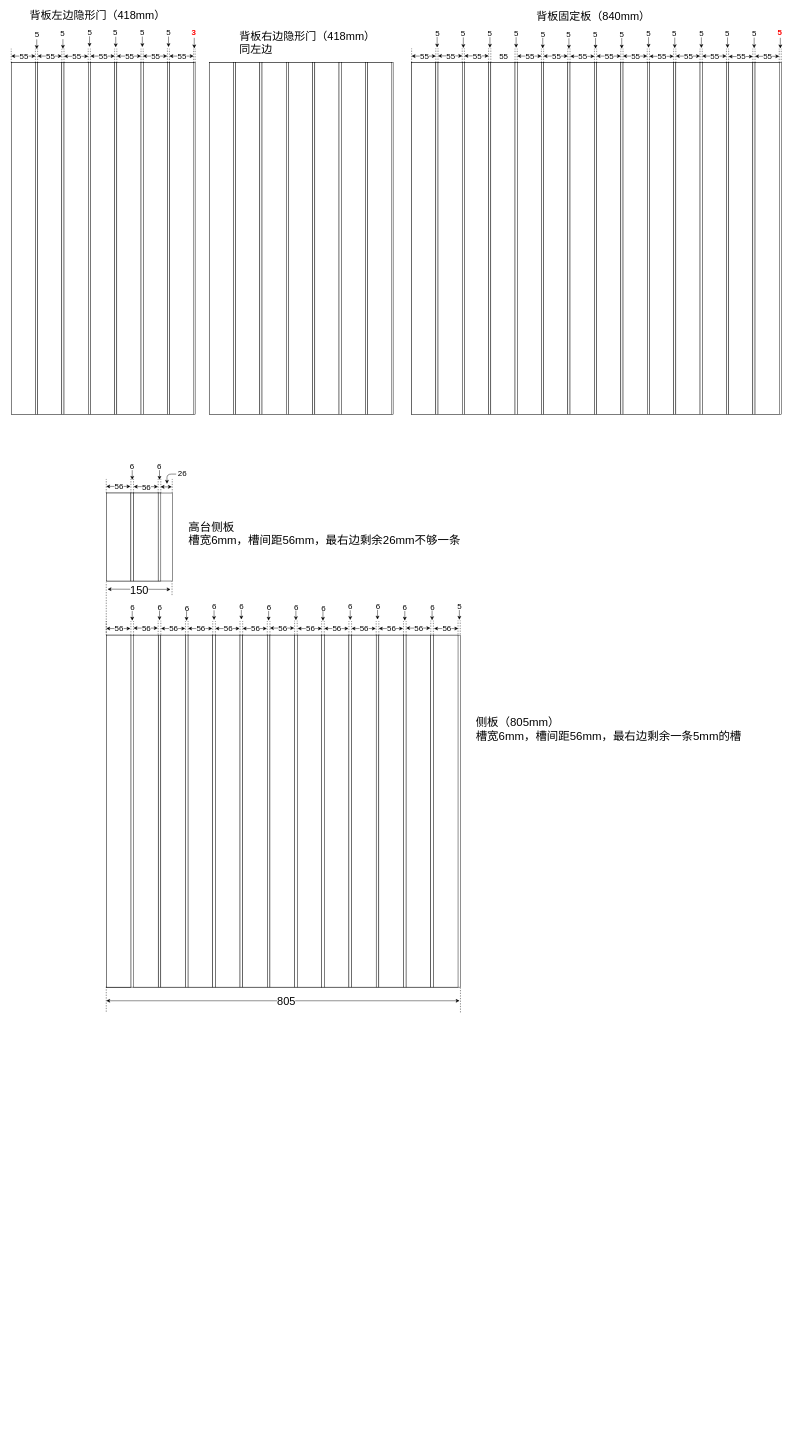
Earlier version of the draw.io diagram result/bar.drawio (Soffiaa/getTitles). Source tidied: cells renumbered, new cells numbered last; positions are measured from the earlier drawing's top-left corner, leaving out a move shared by most shapes. Both pictures are drawn from the tidied source at 44%, with x=0, y=0 at pixel (11, 7).
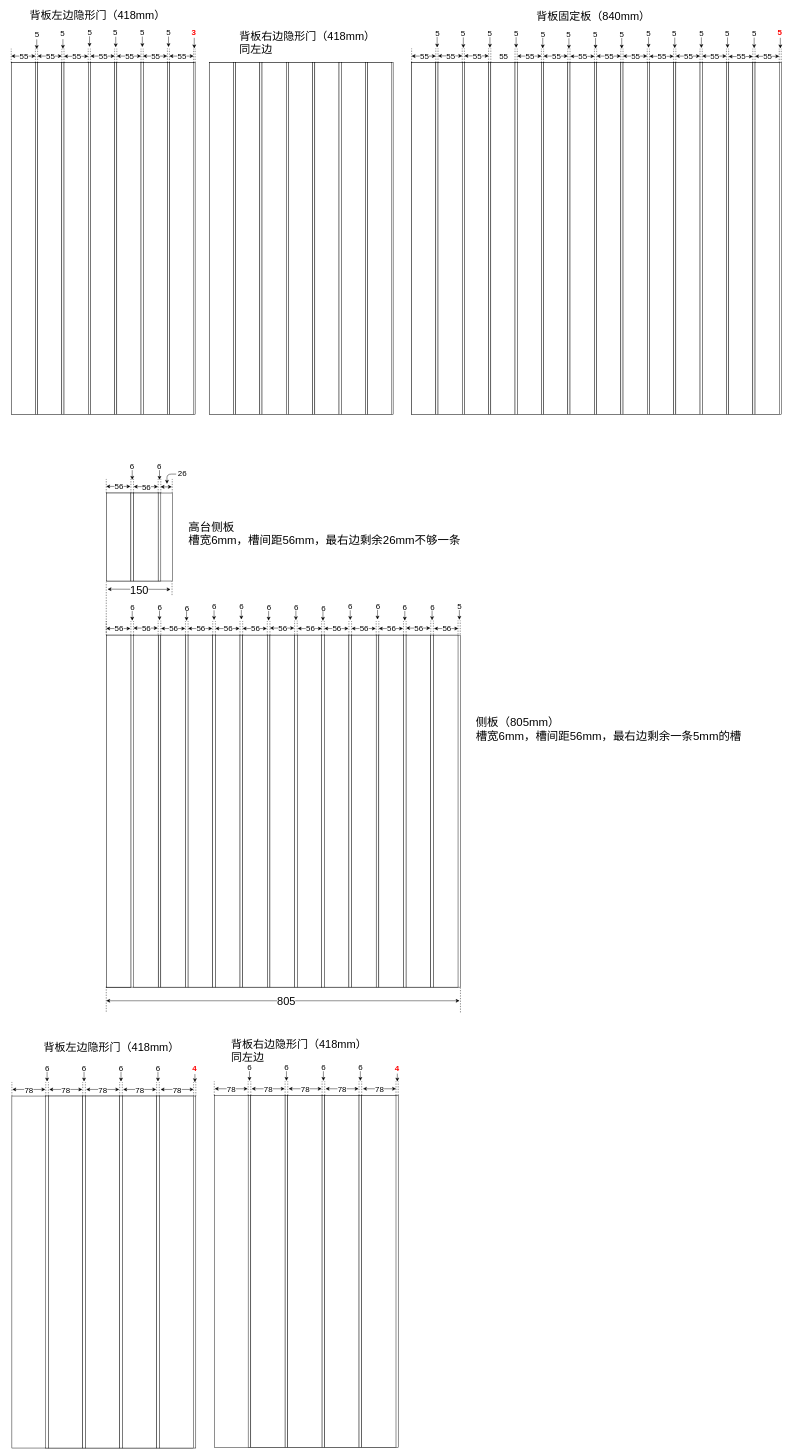
After the change.

Diff of the diagram source:
```diff
@@
+    <mxCell id="330" style="group;" parent="1" vertex="1">
+      <mxGeometry x="1.5" y="2398.5" width="428.5" height="876" as="geometry" />
+    </mxCell>
+    <mxCell id="331" style="rounded=0;whiteSpace=wrap;html=1;fontSize=18;fontColor=#FF0000;" parent="330" vertex="1">
+      <mxGeometry y="76" width="418" height="800" as="geometry" />
+    </mxCell>
+    <mxCell id="332" style="rounded=0;whiteSpace=wrap;html=1;fontSize=18;fontColor=#FF0000;" parent="330" vertex="1">
+      <mxGeometry x="77" y="76" width="6" height="800" as="geometry" />
+    </mxCell>
+    <mxCell id="333" style="rounded=0;whiteSpace=wrap;html=1;fontSize=18;fontColor=#FF0000;" parent="330" vertex="1">
+      <mxGeometry x="83" y="76" width="78" height="800" as="geometry" />
+    </mxCell>
+    <mxCell id="334" style="rounded=0;whiteSpace=wrap;html=1;fontSize=18;fontColor=#FF0000;" parent="330" vertex="1">
+      <mxGeometry x="161" y="76" width="6" height="800" as="geometry" />
+    </mxCell>
+    <mxCell id="335" style="rounded=0;whiteSpace=wrap;html=1;fontSize=18;fontColor=#FF0000;" parent="330" vertex="1">
+      <mxGeometry x="167" y="76" width="78" height="800" as="geometry" />
+    </mxCell>
+    <mxCell id="336" style="rounded=0;whiteSpace=wrap;html=1;fontSize=18;fontColor=#FF0000;" parent="330" vertex="1">
+      <mxGeometry x="245" y="76" width="6" height="800" as="geometry" />
+    </mxCell>
+    <mxCell id="337" style="rounded=0;whiteSpace=wrap;html=1;fontSize=18;fontColor=#FF0000;" parent="330" vertex="1">
+      <mxGeometry x="251" y="76" width="78" height="800" as="geometry" />
+    </mxCell>
+    <mxCell id="338" style="rounded=0;whiteSpace=wrap;html=1;fontSize=18;fontColor=#FF0000;" parent="330" vertex="1">
+      <mxGeometry x="329" y="76" width="6" height="800" as="geometry" />
+    </mxCell>
+    <mxCell id="339" style="rounded=0;whiteSpace=wrap;html=1;fontSize=18;fontColor=#FF0000;" parent="330" vertex="1">
+      <mxGeometry x="335" y="76" width="78" height="800" as="geometry" />
+    </mxCell>
+    <mxCell id="340" style="endArrow=none;dashed=1;html=1;fontSize=25;" parent="330" edge="1">
+      <mxGeometry relative="1" as="geometry">
+        <mxPoint y="76" as="sourcePoint" />
+        <mxPoint y="44" as="targetPoint" />
+      </mxGeometry>
+    </mxCell>
+    <mxCell id="341" style="endArrow=none;dashed=1;html=1;fontSize=25;" parent="330" edge="1">
+      <mxGeometry relative="1" as="geometry">
+        <mxPoint x="77" y="76" as="sourcePoint" />
+        <mxPoint x="77" y="44" as="targetPoint" />
+      </mxGeometry>
+    </mxCell>
+    <mxCell id="342" style="endArrow=none;dashed=1;html=1;fontSize=25;" parent="330" edge="1">
+      <mxGeometry relative="1" as="geometry">
+        <mxPoint x="83" y="76" as="sourcePoint" />
+        <mxPoint x="83" y="44" as="targetPoint" />
+      </mxGeometry>
+    </mxCell>
+    <mxCell id="343" style="endArrow=classic;startArrow=classic;html=1;fontSize=25;" parent="330" edge="1">
+      <mxGeometry relative="1" as="geometry">
+        <mxPoint x="1" y="61" as="sourcePoint" />
+        <mxPoint x="76" y="61" as="targetPoint" />
+      </mxGeometry>
+    </mxCell>
+    <mxCell id="344" value="78" style="text;html=1;align=center;verticalAlign=middle;labelBackgroundColor=#ffffff;fontSize=18;" parent="343" vertex="1">
+      <mxGeometry x="-0.1" y="-3" relative="1" as="geometry">
+        <mxPoint x="3" y="-2.5" as="offset" />
+      </mxGeometry>
+    </mxCell>
+    <mxCell id="345" style="endArrow=classic;html=1;fontSize=12;" parent="330" edge="1">
+      <mxGeometry relative="1" as="geometry">
+        <mxPoint x="80" y="21" as="sourcePoint" />
+        <mxPoint x="80" y="43" as="targetPoint" />
+        <Array as="points">
+          <mxPoint x="80" y="21" />
+        </Array>
+      </mxGeometry>
+    </mxCell>
+    <mxCell id="346" value="6" style="text;html=1;align=left;verticalAlign=top;spacingTop=-4;fontSize=18;" parent="330" vertex="1">
+      <mxGeometry x="73.5" width="16" height="14" as="geometry" />
+    </mxCell>
+    <mxCell id="347" style="endArrow=none;dashed=1;html=1;fontSize=25;" parent="330" edge="1">
+      <mxGeometry relative="1" as="geometry">
+        <mxPoint x="161" y="76" as="sourcePoint" />
+        <mxPoint x="161" y="44" as="targetPoint" />
+      </mxGeometry>
+    </mxCell>
+    <mxCell id="348" style="endArrow=none;dashed=1;html=1;fontSize=25;" parent="330" edge="1">
+      <mxGeometry relative="1" as="geometry">
+        <mxPoint x="167" y="76" as="sourcePoint" />
+        <mxPoint x="167" y="44" as="targetPoint" />
+      </mxGeometry>
+    </mxCell>
+    <mxCell id="349" style="endArrow=classic;startArrow=classic;html=1;fontSize=25;" parent="330" edge="1">
+      <mxGeometry relative="1" as="geometry">
+        <mxPoint x="85" y="61" as="sourcePoint" />
+        <mxPoint x="160" y="61" as="targetPoint" />
+      </mxGeometry>
+    </mxCell>
+    <mxCell id="350" value="78" style="text;html=1;align=center;verticalAlign=middle;labelBackgroundColor=#ffffff;fontSize=18;" parent="349" vertex="1">
+      <mxGeometry x="-0.1" y="-3" relative="1" as="geometry">
+        <mxPoint x="3" y="-2.5" as="offset" />
+      </mxGeometry>
+    </mxCell>
+    <mxCell id="351" style="endArrow=classic;html=1;fontSize=12;" parent="330" edge="1">
+      <mxGeometry relative="1" as="geometry">
+        <mxPoint x="164" y="21" as="sourcePoint" />
+        <mxPoint x="164" y="43" as="targetPoint" />
+        <Array as="points">
+          <mxPoint x="164" y="21" />
+        </Array>
+      </mxGeometry>
+    </mxCell>
+    <mxCell id="352" value="6" style="text;html=1;align=left;verticalAlign=top;spacingTop=-4;fontSize=18;" parent="330" vertex="1">
+      <mxGeometry x="157.5" width="16" height="14" as="geometry" />
+    </mxCell>
+    <mxCell id="353" style="endArrow=none;dashed=1;html=1;fontSize=25;" parent="330" edge="1">
+      <mxGeometry relative="1" as="geometry">
+        <mxPoint x="245" y="76" as="sourcePoint" />
+        <mxPoint x="245" y="44" as="targetPoint" />
+      </mxGeometry>
+    </mxCell>
+    <mxCell id="354" style="endArrow=none;dashed=1;html=1;fontSize=25;" parent="330" edge="1">
+      <mxGeometry relative="1" as="geometry">
+        <mxPoint x="251" y="76" as="sourcePoint" />
+        <mxPoint x="251" y="44" as="targetPoint" />
+      </mxGeometry>
+    </mxCell>
+    <mxCell id="355" style="endArrow=classic;html=1;fontSize=12;" parent="330" edge="1">
+      <mxGeometry relative="1" as="geometry">
+        <mxPoint x="248" y="21" as="sourcePoint" />
+        <mxPoint x="248" y="43" as="targetPoint" />
+        <Array as="points">
+          <mxPoint x="248" y="21" />
+        </Array>
+      </mxGeometry>
+    </mxCell>
+    <mxCell id="356" value="6" style="text;html=1;align=left;verticalAlign=top;spacingTop=-4;fontSize=18;" parent="330" vertex="1">
+      <mxGeometry x="241.5" width="16" height="14" as="geometry" />
+    </mxCell>
+    <mxCell id="357" style="endArrow=none;dashed=1;html=1;fontSize=25;" parent="330" edge="1">
+      <mxGeometry relative="1" as="geometry">
+        <mxPoint x="329" y="76" as="sourcePoint" />
+        <mxPoint x="329" y="44" as="targetPoint" />
+      </mxGeometry>
+    </mxCell>
+    <mxCell id="358" style="endArrow=none;dashed=1;html=1;fontSize=25;" parent="330" edge="1">
+      <mxGeometry relative="1" as="geometry">
+        <mxPoint x="335" y="76" as="sourcePoint" />
+        <mxPoint x="335" y="44" as="targetPoint" />
+      </mxGeometry>
+    </mxCell>
+    <mxCell id="359" style="endArrow=classic;startArrow=classic;html=1;fontSize=25;" parent="330" edge="1">
+      <mxGeometry relative="1" as="geometry">
+        <mxPoint x="253" y="61" as="sourcePoint" />
+        <mxPoint x="328" y="61" as="targetPoint" />
+      </mxGeometry>
+    </mxCell>
+    <mxCell id="360" value="78" style="text;html=1;align=center;verticalAlign=middle;labelBackgroundColor=#ffffff;fontSize=18;" parent="359" vertex="1">
+      <mxGeometry x="-0.1" y="-3" relative="1" as="geometry">
+        <mxPoint x="3" y="-2.5" as="offset" />
+      </mxGeometry>
+    </mxCell>
+    <mxCell id="361" style="endArrow=classic;html=1;fontSize=12;" parent="330" edge="1">
+      <mxGeometry relative="1" as="geometry">
+        <mxPoint x="332" y="21" as="sourcePoint" />
+        <mxPoint x="332" y="43" as="targetPoint" />
+        <Array as="points">
+          <mxPoint x="332" y="21" />
+        </Array>
+      </mxGeometry>
+    </mxCell>
+    <mxCell id="362" value="6" style="text;html=1;align=left;verticalAlign=top;spacingTop=-4;fontSize=18;" parent="330" vertex="1">
+      <mxGeometry x="325.5" width="16" height="14" as="geometry" />
+    </mxCell>
+    <mxCell id="363" style="endArrow=classic;startArrow=classic;html=1;fontSize=25;" parent="330" edge="1">
+      <mxGeometry relative="1" as="geometry">
+        <mxPoint x="169" y="61" as="sourcePoint" />
+        <mxPoint x="244" y="61" as="targetPoint" />
+      </mxGeometry>
+    </mxCell>
+    <mxCell id="364" value="78" style="text;html=1;align=center;verticalAlign=middle;labelBackgroundColor=#ffffff;fontSize=18;" parent="363" vertex="1">
+      <mxGeometry x="-0.1" y="-3" relative="1" as="geometry">
+        <mxPoint x="3" y="-2.5" as="offset" />
+      </mxGeometry>
+    </mxCell>
+    <mxCell id="365" style="endArrow=none;dashed=1;html=1;fontSize=25;" parent="330" edge="1">
+      <mxGeometry relative="1" as="geometry">
+        <mxPoint x="418" y="76" as="sourcePoint" />
+        <mxPoint x="418" y="44" as="targetPoint" />
+      </mxGeometry>
+    </mxCell>
+    <mxCell id="366" style="endArrow=none;dashed=1;html=1;fontSize=25;" parent="330" edge="1">
+      <mxGeometry relative="1" as="geometry">
+        <mxPoint x="413" y="76" as="sourcePoint" />
+        <mxPoint x="413" y="44" as="targetPoint" />
+      </mxGeometry>
+    </mxCell>
+    <mxCell id="367" style="endArrow=classic;html=1;fontSize=12;" parent="330" edge="1">
+      <mxGeometry relative="1" as="geometry">
+        <mxPoint x="416" y="22.5" as="sourcePoint" />
+        <mxPoint x="416" y="44.5" as="targetPoint" />
+        <Array as="points">
+          <mxPoint x="416" y="22.5" />
+        </Array>
+      </mxGeometry>
+    </mxCell>
+    <mxCell id="368" value="4" style="text;html=1;align=left;verticalAlign=top;spacingTop=-4;fontSize=18;fontStyle=1;labelBackgroundColor=#ffffff;fontColor=#FF0000;" parent="330" vertex="1">
+      <mxGeometry x="408.5" y="1.5" width="20" height="22" as="geometry" />
+    </mxCell>
+    <mxCell id="369" style="endArrow=classic;startArrow=classic;html=1;fontSize=25;" parent="330" edge="1">
+      <mxGeometry relative="1" as="geometry">
+        <mxPoint x="338" y="61" as="sourcePoint" />
+        <mxPoint x="413" y="61" as="targetPoint" />
+      </mxGeometry>
+    </mxCell>
+    <mxCell id="370" value="78" style="text;html=1;align=center;verticalAlign=middle;labelBackgroundColor=#ffffff;fontSize=18;" parent="369" vertex="1">
+      <mxGeometry x="-0.1" y="-3" relative="1" as="geometry">
+        <mxPoint x="3" y="-2.5" as="offset" />
+      </mxGeometry>
+    </mxCell>
+    <mxCell id="371" style="group;" parent="1" vertex="1">
+      <mxGeometry x="461.5" y="2397" width="428.5" height="876" as="geometry" />
+    </mxCell>
+    <mxCell id="372" style="rounded=0;whiteSpace=wrap;html=1;fontSize=18;fontColor=#FF0000;" parent="371" vertex="1">
+      <mxGeometry y="76" width="418" height="800" as="geometry" />
+    </mxCell>
+    <mxCell id="373" style="rounded=0;whiteSpace=wrap;html=1;fontSize=18;fontColor=#FF0000;" parent="371" vertex="1">
+      <mxGeometry x="77" y="76" width="6" height="800" as="geometry" />
+    </mxCell>
+    <mxCell id="374" style="rounded=0;whiteSpace=wrap;html=1;fontSize=18;fontColor=#FF0000;" parent="371" vertex="1">
+      <mxGeometry x="83" y="76" width="78" height="800" as="geometry" />
+    </mxCell>
+    <mxCell id="375" style="rounded=0;whiteSpace=wrap;html=1;fontSize=18;fontColor=#FF0000;" parent="371" vertex="1">
+      <mxGeometry x="161" y="76" width="6" height="800" as="geometry" />
+    </mxCell>
+    <mxCell id="376" style="rounded=0;whiteSpace=wrap;html=1;fontSize=18;fontColor=#FF0000;" parent="371" vertex="1">
+      <mxGeometry x="167" y="76" width="78" height="800" as="geometry" />
+    </mxCell>
+    <mxCell id="377" style="rounded=0;whiteSpace=wrap;html=1;fontSize=18;fontColor=#FF0000;" parent="371" vertex="1">
+      <mxGeometry x="245" y="76" width="6" height="800" as="geometry" />
+    </mxCell>
+    <mxCell id="378" style="rounded=0;whiteSpace=wrap;html=1;fontSize=18;fontColor=#FF0000;" parent="371" vertex="1">
+      <mxGeometry x="251" y="76" width="78" height="800" as="geometry" />
+    </mxCell>
+    <mxCell id="379" style="rounded=0;whiteSpace=wrap;html=1;fontSize=18;fontColor=#FF0000;" parent="371" vertex="1">
+      <mxGeometry x="329" y="76" width="6" height="800" as="geometry" />
+    </mxCell>
+    <mxCell id="380" style="rounded=0;whiteSpace=wrap;html=1;fontSize=18;fontColor=#FF0000;" parent="371" vertex="1">
+      <mxGeometry x="335" y="76" width="78" height="800" as="geometry" />
+    </mxCell>
+    <mxCell id="381" style="endArrow=none;dashed=1;html=1;fontSize=25;" parent="371" edge="1">
+      <mxGeometry relative="1" as="geometry">
+        <mxPoint y="76" as="sourcePoint" />
+        <mxPoint y="44" as="targetPoint" />
+      </mxGeometry>
+    </mxCell>
+    <mxCell id="382" style="endArrow=none;dashed=1;html=1;fontSize=25;" parent="371" edge="1">
+      <mxGeometry relative="1" as="geometry">
+        <mxPoint x="77" y="76" as="sourcePoint" />
+        <mxPoint x="77" y="44" as="targetPoint" />
+      </mxGeometry>
+    </mxCell>
+    <mxCell id="383" style="endArrow=none;dashed=1;html=1;fontSize=25;" parent="371" edge="1">
+      <mxGeometry relative="1" as="geometry">
+        <mxPoint x="83" y="76" as="sourcePoint" />
+        <mxPoint x="83" y="44" as="targetPoint" />
+      </mxGeometry>
+    </mxCell>
+    <mxCell id="384" style="endArrow=classic;startArrow=classic;html=1;fontSize=25;" parent="371" edge="1">
+      <mxGeometry relative="1" as="geometry">
+        <mxPoint x="1" y="61" as="sourcePoint" />
+        <mxPoint x="76" y="61" as="targetPoint" />
+      </mxGeometry>
+    </mxCell>
+    <mxCell id="385" value="78" style="text;html=1;align=center;verticalAlign=middle;labelBackgroundColor=#ffffff;fontSize=18;" parent="384" vertex="1">
+      <mxGeometry x="-0.1" y="-3" relative="1" as="geometry">
+        <mxPoint x="3" y="-2.5" as="offset" />
+      </mxGeometry>
+    </mxCell>
+    <mxCell id="386" style="endArrow=classic;html=1;fontSize=12;" parent="371" edge="1">
+      <mxGeometry relative="1" as="geometry">
+        <mxPoint x="80" y="21" as="sourcePoint" />
+        <mxPoint x="80" y="43" as="targetPoint" />
+        <Array as="points">
+          <mxPoint x="80" y="21" />
+        </Array>
+      </mxGeometry>
+    </mxCell>
+    <mxCell id="387" value="6" style="text;html=1;align=left;verticalAlign=top;spacingTop=-4;fontSize=18;" parent="371" vertex="1">
+      <mxGeometry x="73.5" width="16" height="14" as="geometry" />
+    </mxCell>
+    <mxCell id="388" style="endArrow=none;dashed=1;html=1;fontSize=25;" parent="371" edge="1">
+      <mxGeometry relative="1" as="geometry">
+        <mxPoint x="161" y="76" as="sourcePoint" />
+        <mxPoint x="161" y="44" as="targetPoint" />
+      </mxGeometry>
+    </mxCell>
+    <mxCell id="389" style="endArrow=none;dashed=1;html=1;fontSize=25;" parent="371" edge="1">
+      <mxGeometry relative="1" as="geometry">
+        <mxPoint x="167" y="76" as="sourcePoint" />
+        <mxPoint x="167" y="44" as="targetPoint" />
+      </mxGeometry>
+    </mxCell>
+    <mxCell id="390" style="endArrow=classic;startArrow=classic;html=1;fontSize=25;" parent="371" edge="1">
+      <mxGeometry relative="1" as="geometry">
+        <mxPoint x="85" y="61" as="sourcePoint" />
+        <mxPoint x="160" y="61" as="targetPoint" />
+      </mxGeometry>
+    </mxCell>
+    <mxCell id="391" value="78" style="text;html=1;align=center;verticalAlign=middle;labelBackgroundColor=#ffffff;fontSize=18;" parent="390" vertex="1">
+      <mxGeometry x="-0.1" y="-3" relative="1" as="geometry">
+        <mxPoint x="3" y="-2.5" as="offset" />
+      </mxGeometry>
+    </mxCell>
+    <mxCell id="392" style="endArrow=classic;html=1;fontSize=12;" parent="371" edge="1">
+      <mxGeometry relative="1" as="geometry">
+        <mxPoint x="164" y="21" as="sourcePoint" />
+        <mxPoint x="164" y="43" as="targetPoint" />
+        <Array as="points">
+          <mxPoint x="164" y="21" />
+        </Array>
+      </mxGeometry>
+    </mxCell>
+    <mxCell id="393" value="6" style="text;html=1;align=left;verticalAlign=top;spacingTop=-4;fontSize=18;" parent="371" vertex="1">
+      <mxGeometry x="157.5" width="16" height="14" as="geometry" />
+    </mxCell>
+    <mxCell id="394" style="endArrow=none;dashed=1;html=1;fontSize=25;" parent="371" edge="1">
+      <mxGeometry relative="1" as="geometry">
+        <mxPoint x="245" y="76" as="sourcePoint" />
+        <mxPoint x="245" y="44" as="targetPoint" />
+      </mxGeometry>
+    </mxCell>
+    <mxCell id="395" style="endArrow=none;dashed=1;html=1;fontSize=25;" parent="371" edge="1">
+      <mxGeometry relative="1" as="geometry">
+        <mxPoint x="251" y="76" as="sourcePoint" />
+        <mxPoint x="251" y="44" as="targetPoint" />
+      </mxGeometry>
+    </mxCell>
+    <mxCell id="396" style="endArrow=classic;html=1;fontSize=12;" parent="371" edge="1">
+      <mxGeometry relative="1" as="geometry">
+        <mxPoint x="248" y="21" as="sourcePoint" />
+        <mxPoint x="248" y="43" as="targetPoint" />
+        <Array as="points">
+          <mxPoint x="248" y="21" />
+        </Array>
+      </mxGeometry>
+    </mxCell>
+    <mxCell id="397" value="6" style="text;html=1;align=left;verticalAlign=top;spacingTop=-4;fontSize=18;" parent="371" vertex="1">
+      <mxGeometry x="241.5" width="16" height="14" as="geometry" />
+    </mxCell>
+    <mxCell id="398" style="endArrow=none;dashed=1;html=1;fontSize=25;" parent="371" edge="1">
+      <mxGeometry relative="1" as="geometry">
+        <mxPoint x="329" y="76" as="sourcePoint" />
+        <mxPoint x="329" y="44" as="targetPoint" />
+      </mxGeometry>
+    </mxCell>
+    <mxCell id="399" style="endArrow=none;dashed=1;html=1;fontSize=25;" parent="371" edge="1">
+      <mxGeometry relative="1" as="geometry">
+        <mxPoint x="335" y="76" as="sourcePoint" />
+        <mxPoint x="335" y="44" as="targetPoint" />
+      </mxGeometry>
+    </mxCell>
+    <mxCell id="400" style="endArrow=classic;startArrow=classic;html=1;fontSize=25;" parent="371" edge="1">
+      <mxGeometry relative="1" as="geometry">
+        <mxPoint x="253" y="61" as="sourcePoint" />
+        <mxPoint x="328" y="61" as="targetPoint" />
+      </mxGeometry>
+    </mxCell>
+    <mxCell id="401" value="78" style="text;html=1;align=center;verticalAlign=middle;labelBackgroundColor=#ffffff;fontSize=18;" parent="400" vertex="1">
+      <mxGeometry x="-0.1" y="-3" relative="1" as="geometry">
+        <mxPoint x="3" y="-2.5" as="offset" />
+      </mxGeometry>
+    </mxCell>
+    <mxCell id="402" style="endArrow=classic;html=1;fontSize=12;" parent="371" edge="1">
+      <mxGeometry relative="1" as="geometry">
+        <mxPoint x="332" y="21" as="sourcePoint" />
+        <mxPoint x="332" y="43" as="targetPoint" />
+        <Array as="points">
+          <mxPoint x="332" y="21" />
+        </Array>
+      </mxGeometry>
+    </mxCell>
+    <mxCell id="403" value="6" style="text;html=1;align=left;verticalAlign=top;spacingTop=-4;fontSize=18;" parent="371" vertex="1">
+      <mxGeometry x="325.5" width="16" height="14" as="geometry" />
+    </mxCell>
+    <mxCell id="404" style="endArrow=classic;startArrow=classic;html=1;fontSize=25;" parent="371" edge="1">
+      <mxGeometry relative="1" as="geometry">
+        <mxPoint x="169" y="61" as="sourcePoint" />
+        <mxPoint x="244" y="61" as="targetPoint" />
+      </mxGeometry>
+    </mxCell>
+    <mxCell id="405" value="78" style="text;html=1;align=center;verticalAlign=middle;labelBackgroundColor=#ffffff;fontSize=18;" parent="404" vertex="1">
+      <mxGeometry x="-0.1" y="-3" relative="1" as="geometry">
+        <mxPoint x="3" y="-2.5" as="offset" />
+      </mxGeometry>
+    </mxCell>
+    <mxCell id="406" style="endArrow=none;dashed=1;html=1;fontSize=25;" parent="371" edge="1">
+      <mxGeometry relative="1" as="geometry">
+        <mxPoint x="418" y="76" as="sourcePoint" />
+        <mxPoint x="418" y="44" as="targetPoint" />
+      </mxGeometry>
+    </mxCell>
+    <mxCell id="407" style="endArrow=none;dashed=1;html=1;fontSize=25;" parent="371" edge="1">
+      <mxGeometry relative="1" as="geometry">
+        <mxPoint x="413" y="76" as="sourcePoint" />
+        <mxPoint x="413" y="44" as="targetPoint" />
+      </mxGeometry>
+    </mxCell>
+    <mxCell id="408" style="endArrow=classic;html=1;fontSize=12;" parent="371" edge="1">
+      <mxGeometry relative="1" as="geometry">
+        <mxPoint x="416" y="22.5" as="sourcePoint" />
+        <mxPoint x="416" y="44.5" as="targetPoint" />
+        <Array as="points">
+          <mxPoint x="416" y="22.5" />
+        </Array>
+      </mxGeometry>
+    </mxCell>
+    <mxCell id="409" value="4" style="text;html=1;align=left;verticalAlign=top;spacingTop=-4;fontSize=18;fontStyle=1;labelBackgroundColor=#ffffff;fontColor=#FF0000;" parent="371" vertex="1">
+      <mxGeometry x="408.5" y="1.5" width="20" height="22" as="geometry" />
+    </mxCell>
+    <mxCell id="410" style="endArrow=classic;startArrow=classic;html=1;fontSize=25;" parent="371" edge="1">
+      <mxGeometry relative="1" as="geometry">
+        <mxPoint x="338" y="61" as="sourcePoint" />
+        <mxPoint x="413" y="61" as="targetPoint" />
+      </mxGeometry>
+    </mxCell>
+    <mxCell id="411" value="78" style="text;html=1;align=center;verticalAlign=middle;labelBackgroundColor=#ffffff;fontSize=18;" parent="410" vertex="1">
+      <mxGeometry x="-0.1" y="-3" relative="1" as="geometry">
+        <mxPoint x="3" y="-2.5" as="offset" />
+      </mxGeometry>
+    </mxCell>
+    <mxCell id="412" value="背板左边隐形门（418mm）" style="text;html=1;align=left;verticalAlign=top;spacingTop=-4;fontSize=25;" parent="1" vertex="1">
+      <mxGeometry x="71.5" y="2345" width="318" height="30" as="geometry" />
+    </mxCell>
+    <mxCell id="413" value="背板右边隐形门（418mm）&lt;br&gt;同左边&lt;br&gt;" style="text;html=1;align=left;verticalAlign=top;spacingTop=-4;fontSize=25;" parent="1" vertex="1">
+      <mxGeometry x="498" y="2338" width="318" height="59" as="geometry" />
+    </mxCell>
```
